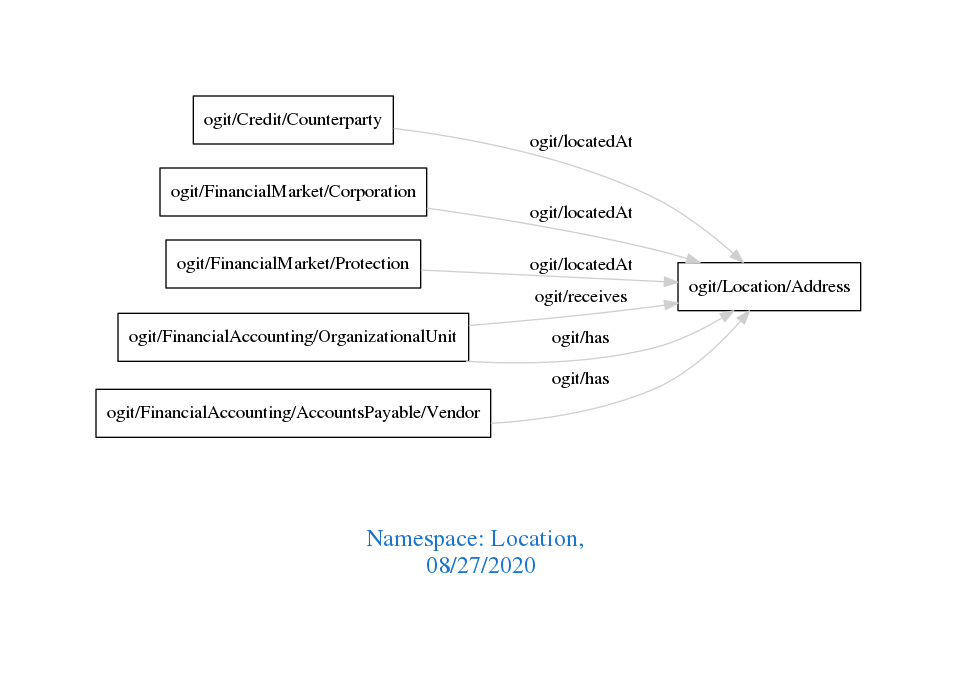
arago/OGIT keeps this Graphviz diagram as downloads/Location.png. Above is the earlier version. Its source is kept beside it as downloads/Location.dot.
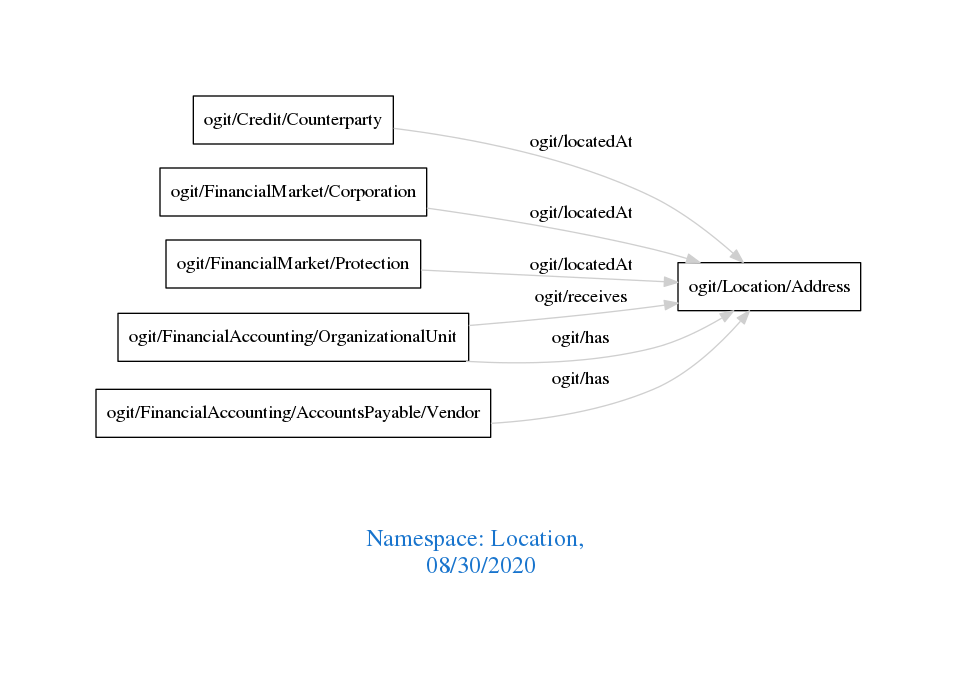
Above is the later version.

Change to the diagram source:
```diff
@@ -1,7 +1,7 @@
 digraph OGIT_ontology {
  graph [ rankdir= LR,pad=1
 fontsize = 18,
-fontcolor= dodgerblue3,label = "\n\n\nNamespace: Location, \n 08/27/2020"];
+fontcolor= dodgerblue3,label = "\n\n\nNamespace: Location, \n 08/30/2020"];
 node[shape=polygon];
 edge [  color="gray81"];
 
```
